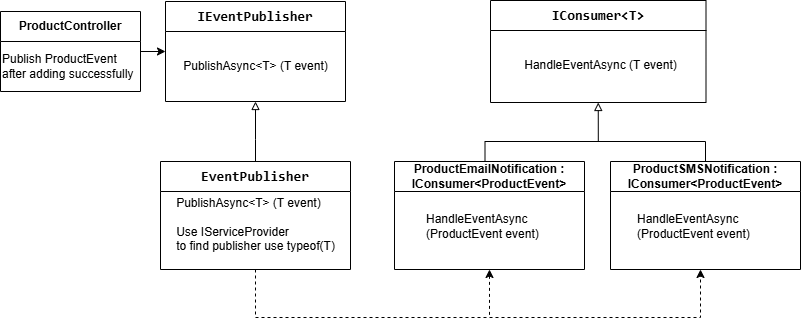
This is images/ObserverImplementation.png from hoanganh1029/AVH.DesignPattern, a draw.io export, as it was before one commit. Source tidied: cells renumbered, new cells last; positions are measured from the earlier drawing's top-left corner, leaving out a move shared by most shapes.
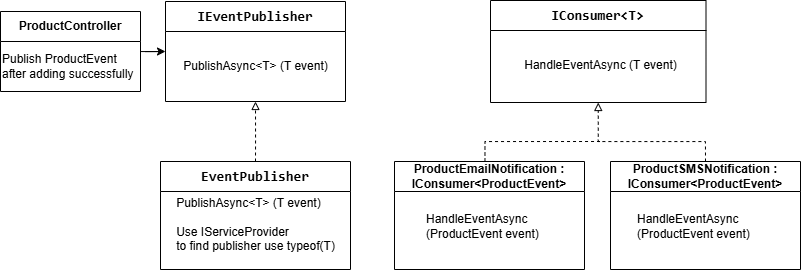
After the commit.

Commit message:
Update connector of implementation in UML diagram

The edit, as a diff of the source:
```diff
@@ -14,70 +14,56 @@
     <mxCell id="5" value="PublishAsync&amp;lt;T&amp;gt; (T event)" style="text;html=1;align=center;verticalAlign=middle;strokeColor=none;fillColor=none;" parent="4" vertex="1">
       <mxGeometry x="5" y="50" width="170" height="30" as="geometry" />
     </mxCell>
-    <mxCell id="6" style="edgeStyle=orthogonalEdgeStyle;rounded=0;jettySize=auto;html=1;dashed=1;exitX=0.5;exitY=1;exitDx=0;exitDy=0;" parent="1" edge="1" source="7">
-      <mxGeometry relative="1" as="geometry">
-        <mxPoint x="700" y="269" as="targetPoint" />
-        <Array as="points">
-          <mxPoint x="255" y="317" />
-          <mxPoint x="700" y="317" />
-        </Array>
-      </mxGeometry>
+    <mxCell id="6" value="&lt;div style=&quot;font-family: Consolas, &amp;quot;Courier New&amp;quot;, monospace; font-size: 14px; line-height: 19px; white-space: pre;&quot;&gt;&lt;span style=&quot;background-color: initial;&quot;&gt;Event&lt;/span&gt;&lt;span style=&quot;background-color: initial;&quot;&gt;Publisher&lt;/span&gt;&lt;/div&gt;" style="swimlane;whiteSpace=wrap;html=1;startSize=30;swimlaneFillColor=none;fontColor=default;labelBackgroundColor=none;" parent="1" vertex="1">
+      <mxGeometry x="160" y="161" width="190" height="108" as="geometry" />
     </mxCell>
-    <mxCell id="7" value="&lt;div style=&quot;font-family: Consolas, &amp;quot;Courier New&amp;quot;, monospace; font-size: 14px; line-height: 19px; white-space: pre;&quot;&gt;&lt;span style=&quot;background-color: initial;&quot;&gt;Event&lt;/span&gt;&lt;span style=&quot;background-color: initial;&quot;&gt;Publisher&lt;/span&gt;&lt;/div&gt;" style="swimlane;whiteSpace=wrap;html=1;startSize=30;swimlaneFillColor=none;fontColor=default;labelBackgroundColor=none;" parent="1" vertex="1">
-      <mxGeometry x="160" y="161" width="190" height="108" as="geometry" />
+    <mxCell id="7" value="&lt;div style=&quot;text-align: left;&quot;&gt;&lt;span style=&quot;background-color: initial; text-align: center;&quot;&gt;PublishAsync&amp;lt;T&amp;gt; (T event)&lt;/span&gt;&lt;/div&gt;&lt;div style=&quot;text-align: left;&quot;&gt;&lt;div&gt;&lt;span style=&quot;background-color: initial;&quot;&gt;&lt;br&gt;&lt;/span&gt;&lt;/div&gt;&lt;div&gt;&lt;span style=&quot;background-color: initial;&quot;&gt;Use IServiceProvider&amp;nbsp;&lt;/span&gt;&lt;/div&gt;&lt;div&gt;to find publisher use typeof(T)&lt;/div&gt;&lt;/div&gt;" style="text;html=1;align=center;verticalAlign=middle;points=[];strokeColor=none;fillColor=none;" parent="6" vertex="1">
+      <mxGeometry x="5" y="28" width="180" height="70" as="geometry" />
     </mxCell>
-    <mxCell id="8" value="&lt;div style=&quot;text-align: left;&quot;&gt;&lt;span style=&quot;background-color: initial; text-align: center;&quot;&gt;PublishAsync&amp;lt;T&amp;gt; (T event)&lt;/span&gt;&lt;/div&gt;&lt;div style=&quot;text-align: left;&quot;&gt;&lt;div&gt;&lt;span style=&quot;background-color: initial;&quot;&gt;&lt;br&gt;&lt;/span&gt;&lt;/div&gt;&lt;div&gt;&lt;span style=&quot;background-color: initial;&quot;&gt;Use IServiceProvider&amp;nbsp;&lt;/span&gt;&lt;/div&gt;&lt;div&gt;to find publisher use typeof(T)&lt;/div&gt;&lt;/div&gt;" style="text;html=1;align=center;verticalAlign=middle;strokeColor=none;fillColor=none;" parent="7" vertex="1">
-      <mxGeometry x="5" y="28" width="180" height="70" as="geometry" />
+    <mxCell id="8" style="edgeStyle=orthogonalEdgeStyle;rounded=0;jettySize=auto;html=1;endArrow=block;endFill=0;exitX=0.5;exitY=0;exitDx=0;exitDy=0;entryX=0.5;entryY=1;entryDx=0;entryDy=0;dashed=1;" parent="1" edge="1" source="6" target="4">
+      <mxGeometry relative="1" as="geometry">
+        <Array as="points">
+          <mxPoint x="255" y="139" />
+          <mxPoint x="255" y="139" />
+        </Array>
+      </mxGeometry>
     </mxCell>
-    <mxCell id="9" style="edgeStyle=orthogonalEdgeStyle;rounded=0;jettySize=auto;html=1;endArrow=block;endFill=0;exitX=0.5;exitY=0;exitDx=0;exitDy=0;entryX=0.5;entryY=1;entryDx=0;entryDy=0;" parent="1" edge="1" source="7" target="4">
+    <mxCell id="9" style="edgeStyle=orthogonalEdgeStyle;rounded=0;jettySize=auto;html=1;endArrow=none;endFill=0;dashed=1;" parent="1" edge="1" source="13">
       <mxGeometry relative="1" as="geometry">
+        <mxPoint x="600" y="141" as="targetPoint" />
         <Array as="points">
-          <mxPoint x="255" y="139" />
-          <mxPoint x="255" y="139" />
+          <mxPoint x="484.5" y="141" />
         </Array>
       </mxGeometry>
     </mxCell>
-    <mxCell id="10" style="edgeStyle=orthogonalEdgeStyle;rounded=0;jettySize=auto;html=1;endArrow=none;endFill=0;" parent="1" edge="1" source="14">
+    <mxCell id="10" style="edgeStyle=orthogonalEdgeStyle;rounded=0;jettySize=auto;html=1;endArrow=block;endFill=0;exitX=0.5;exitY=0;exitDx=0;exitDy=0;entryX=0.5;entryY=1;entryDx=0;entryDy=0;dashed=1;" parent="1" edge="1" source="11" target="2">
       <mxGeometry relative="1" as="geometry">
-        <mxPoint x="600" y="141" as="targetPoint" />
         <Array as="points">
-          <mxPoint x="484.5" y="141" />
+          <mxPoint x="705" y="141" />
+          <mxPoint x="598" y="141" />
         </Array>
       </mxGeometry>
     </mxCell>
-    <mxCell id="11" style="edgeStyle=orthogonalEdgeStyle;rounded=0;jettySize=auto;html=1;endArrow=block;endFill=0;exitX=0.5;exitY=0;exitDx=0;exitDy=0;entryX=0.5;entryY=1;entryDx=0;entryDy=0;" parent="1" edge="1" source="12" target="2">
-      <mxGeometry relative="1" as="geometry">
-        <Array as="points">
-          <mxPoint x="705" y="141" />
-          <mxPoint x="598" y="141" />
-        </Array>
-      </mxGeometry>
+    <mxCell id="11" value="ProductSMSNotification : IConsumer&amp;lt;ProductEvent&amp;gt;" style="swimlane;whiteSpace=wrap;html=1;startSize=30;" parent="1" vertex="1">
+      <mxGeometry x="610" y="161" width="190" height="108" as="geometry" />
     </mxCell>
-    <mxCell id="12" value="ProductSMSNotification : IConsumer&amp;lt;ProductEvent&amp;gt;" style="swimlane;whiteSpace=wrap;html=1;startSize=30;" parent="1" vertex="1">
-      <mxGeometry x="610" y="161" width="190" height="108" as="geometry" />
+    <mxCell id="12" value="HandleEventAsync&amp;nbsp;&lt;div style=&quot;&quot;&gt;(ProductEvent e&lt;span style=&quot;background-color: initial;&quot;&gt;vent)&lt;/span&gt;&lt;/div&gt;" style="text;html=1;align=left;verticalAlign=middle;points=[];strokeColor=none;fillColor=none;" parent="11" vertex="1">
+      <mxGeometry x="25" y="45" width="140" height="40" as="geometry" />
     </mxCell>
-    <mxCell id="13" value="HandleEventAsync&amp;nbsp;&lt;div style=&quot;&quot;&gt;(ProductEvent e&lt;span style=&quot;background-color: initial;&quot;&gt;vent)&lt;/span&gt;&lt;/div&gt;" style="text;html=1;align=left;verticalAlign=middle;points=[];strokeColor=none;fillColor=none;" parent="12" vertex="1">
-      <mxGeometry x="25" y="45" width="140" height="40" as="geometry" />
+    <mxCell id="13" value="ProductEmailNotification : IConsumer&amp;lt;ProductEvent&amp;gt;" style="swimlane;whiteSpace=wrap;html=1;startSize=30;" parent="1" vertex="1">
+      <mxGeometry x="394" y="161" width="190" height="108" as="geometry" />
     </mxCell>
-    <mxCell id="14" value="ProductEmailNotification : IConsumer&amp;lt;ProductEvent&amp;gt;" style="swimlane;whiteSpace=wrap;html=1;startSize=30;" parent="1" vertex="1">
-      <mxGeometry x="394" y="161" width="190" height="108" as="geometry" />
+    <mxCell id="14" value="HandleEventAsync&amp;nbsp;&lt;div&gt;&lt;span style=&quot;background-color: initial;&quot;&gt;(ProductEvent event)&lt;/span&gt;&lt;/div&gt;" style="text;html=1;align=left;verticalAlign=middle;points=[];strokeColor=none;fillColor=none;" parent="13" vertex="1">
+      <mxGeometry x="30" y="45" width="140" height="40" as="geometry" />
     </mxCell>
-    <mxCell id="15" value="HandleEventAsync&amp;nbsp;&lt;div&gt;&lt;span style=&quot;background-color: initial;&quot;&gt;(ProductEvent event)&lt;/span&gt;&lt;/div&gt;" style="text;html=1;align=left;verticalAlign=middle;points=[];strokeColor=none;fillColor=none;" parent="14" vertex="1">
-      <mxGeometry x="30" y="45" width="140" height="40" as="geometry" />
+    <mxCell id="15" value="ProductController" style="swimlane;whiteSpace=wrap;html=1;startSize=30;" parent="1" vertex="1">
+      <mxGeometry y="11" width="140" height="80" as="geometry" />
     </mxCell>
-    <mxCell id="16" style="endArrow=none;dashed=1;html=1;rounded=0;startArrow=classic;startFill=1;exitX=0.5;exitY=1;exitDx=0;exitDy=0;" parent="1" edge="1" source="14">
-      <mxGeometry relative="1" as="geometry">
-        <mxPoint x="489" y="317" as="targetPoint" />
-      </mxGeometry>
+    <mxCell id="16" value="Publish ProductEvent&amp;nbsp;&lt;div&gt;after adding successfully&lt;/div&gt;" style="text;html=1;align=left;verticalAlign=middle;strokeColor=none;fillColor=none;" parent="15" vertex="1">
+      <mxGeometry y="35" width="150" height="40" as="geometry" />
     </mxCell>
-    <mxCell id="17" value="ProductController" style="swimlane;whiteSpace=wrap;html=1;startSize=30;" parent="1" vertex="1">
-      <mxGeometry y="11" width="140" height="80" as="geometry" />
+    <mxCell id="17" style="edgeStyle=orthogonalEdgeStyle;rounded=0;jettySize=auto;html=1;entryX=0;entryY=0.5;entryDx=0;entryDy=0;" parent="1" edge="1" source="15" target="4">
+      <mxGeometry relative="1" as="geometry" />
     </mxCell>
-    <mxCell id="18" value="Publish ProductEvent&amp;nbsp;&lt;div&gt;after adding successfully&lt;/div&gt;" style="text;html=1;align=left;verticalAlign=middle;strokeColor=none;fillColor=none;" parent="17" vertex="1">
-      <mxGeometry y="35" width="150" height="40" as="geometry" />
-    </mxCell>
-    <mxCell id="19" style="edgeStyle=orthogonalEdgeStyle;rounded=0;jettySize=auto;html=1;entryX=0;entryY=0.5;entryDx=0;entryDy=0;" parent="1" edge="1" source="17" target="4">
-      <mxGeometry relative="1" as="geometry" />
-    </mxCell>
   </root>
 </mxGraphModel>
```
